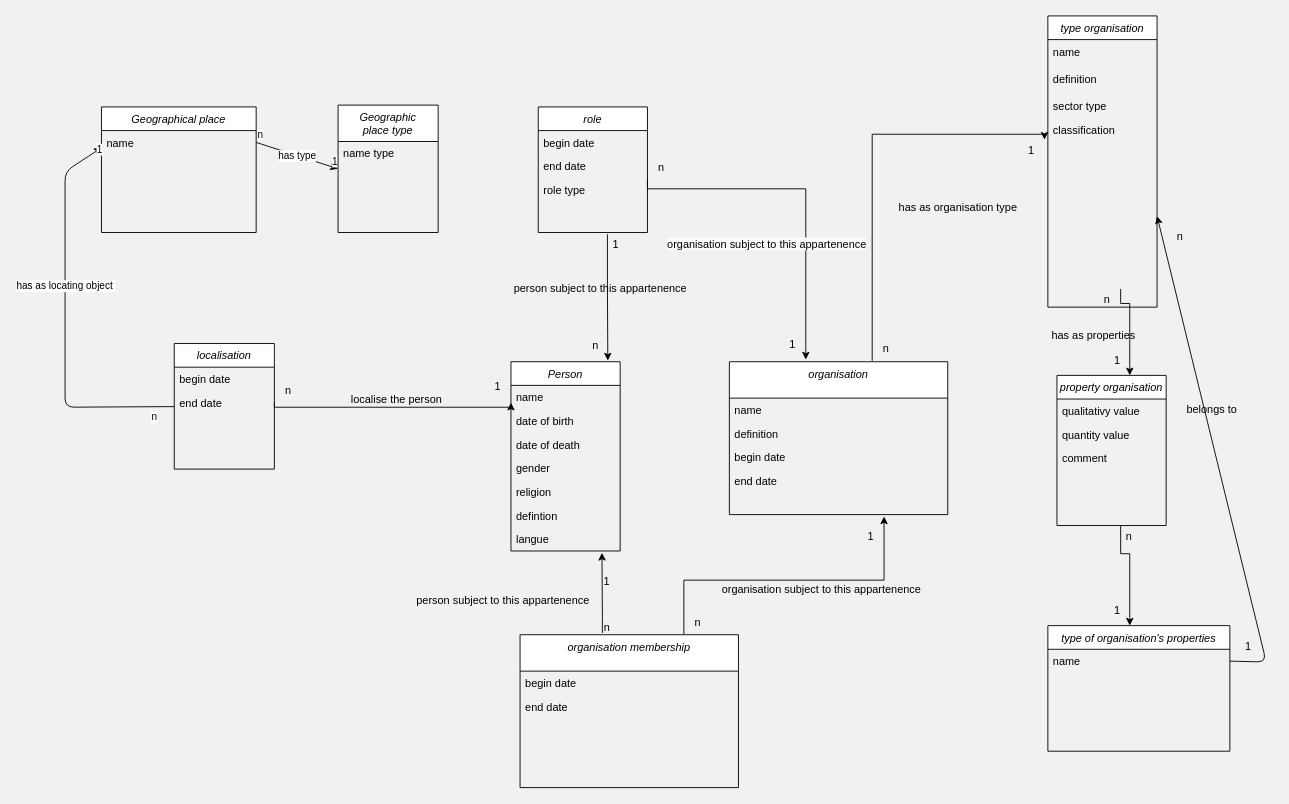
Chiodo53/consiglieri_federali keeps this draw.io diagram as modello_concettuale.drawio. Above is the earlier version. Source tidied: cells renumbered, new cells numbered last; positions are measured from the earlier drawing's top-left corner, leaving out a move shared by most shapes. Both pictures are drawn from the tidied source at 91%, with x=0, y=0 at pixel (65, 15).
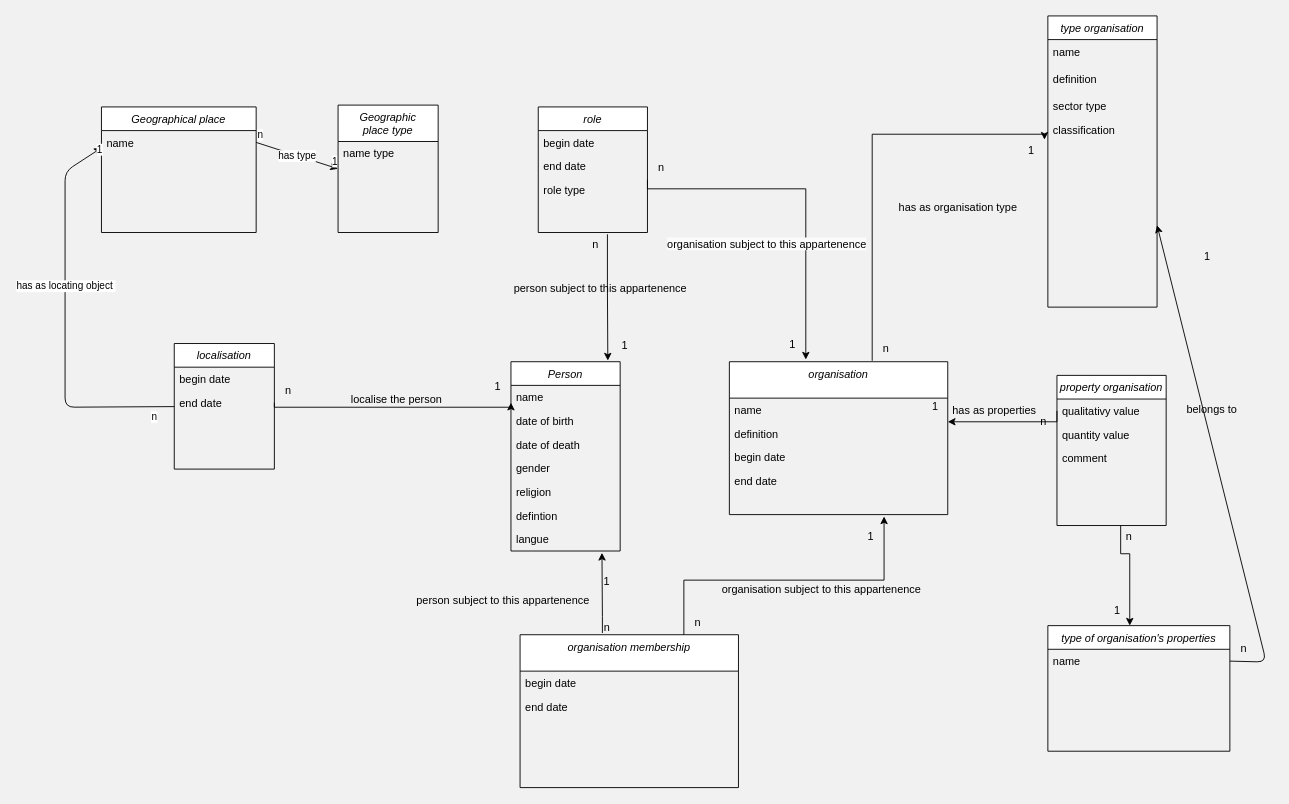
Above is the later version.

Unchanged cells that the change refers to:
```xml
<mxCell id="24" style="endArrow=classic;shadow=0;strokeWidth=1;rounded=0;endFill=1;edgeStyle=elbowEdgeStyle;elbow=vertical;entryX=0.887;entryY=-0.006;entryDx=0;entryDy=0;entryPerimeter=0;" parent="1" edge="1" target="6">
  <mxGeometry x="0.5" y="41" relative="1" as="geometry">
    <mxPoint x="596" y="240" as="sourcePoint" />
    <Array as="points">
      <mxPoint x="630" y="300" />
      <mxPoint x="580" y="300" />
    </Array>
    <mxPoint x="-40" y="32" as="offset" />
  </mxGeometry>
</mxCell>
<mxCell id="58" value="qualitativy value" style="text;align=left;verticalAlign=top;spacingLeft=4;spacingRight=4;overflow=hidden;points=[[0,0.5],[1,0.5]];portConstraint=eastwest;" parent="57" vertex="1">
  <mxGeometry y="26" width="120" height="26" as="geometry" />
</mxCell>
<mxCell id="61" value="type of organisation's properties" style="swimlane;fontStyle=2;align=center;verticalAlign=top;horizontal=1;startSize=26;rounded=0;shadow=0;strokeWidth=1;" parent="1" vertex="1">
  <mxGeometry x="1080" y="670" width="200" height="138" as="geometry" />
</mxCell>
```

What changed in the source:
```diff
@@
     <mxCell id="25" value="1" style="align=left;verticalAlign=bottom;labelBackgroundColor=none;fontSize=12;" parent="24" vertex="1">
       <mxGeometry x="-1" relative="1" as="geometry">
-        <mxPoint x="4" y="20" as="offset" />
+        <mxPoint x="14" y="130" as="offset" />
       </mxGeometry>
     </mxCell>
     <mxCell id="26" value="n" style="align=right;verticalAlign=bottom;labelBackgroundColor=none;fontSize=12;" parent="24" vertex="1">
       <mxGeometry x="1" relative="1" as="geometry">
-        <mxPoint x="-9" y="-8" as="offset" />
+        <mxPoint x="-9" y="-119" as="offset" />
       </mxGeometry>
     </mxCell>
@@
     <mxCell id="62" style="edgeStyle=none;html=1;exitX=1;exitY=0.5;exitDx=0;exitDy=0;" parent="61" edge="1">
       <mxGeometry relative="1" as="geometry">
         <mxPoint x="200" y="39" as="sourcePoint" />
-        <mxPoint x="120" y="-450" as="targetPoint" />
+        <mxPoint x="120" y="-440" as="targetPoint" />
         <Array as="points">
           <mxPoint x="240" y="40" />
         </Array>
       </mxGeometry>
     </mxCell>
@@
-    <mxCell id="72" style="endArrow=classic;shadow=0;strokeWidth=1;rounded=0;endFill=1;edgeStyle=elbowEdgeStyle;elbow=vertical;entryX=0.887;entryY=-0.006;entryDx=0;entryDy=0;entryPerimeter=0;" parent="1" edge="1">
+    <mxCell id="72" style="endArrow=classic;shadow=0;strokeWidth=1;rounded=0;endFill=1;edgeStyle=elbowEdgeStyle;elbow=vertical;exitX=0;exitY=0.5;exitDx=0;exitDy=0;" parent="1" edge="1" source="58">
       <mxGeometry x="0.5" y="41" relative="1" as="geometry">
-        <mxPoint x="1160" y="300" as="sourcePoint" />
-        <mxPoint x="1170" y="395" as="targetPoint" />
+        <mxPoint x="970" y="446" as="targetPoint" />
         <Array as="points">
-          <mxPoint x="1204" y="316" />
-          <mxPoint x="1154" y="316" />
+          <mxPoint x="1054" y="446" />
+          <mxPoint x="1004" y="446" />
         </Array>
         <mxPoint x="-40" y="32" as="offset" />
       </mxGeometry>
     </mxCell>
@@
     <mxCell id="79" value="has as properties" style="text;html=1;align=center;verticalAlign=middle;labelBackgroundColor=none;rounded=0;shadow=0;strokeWidth=1;fontSize=12;" parent="1" vertex="1">
-      <mxGeometry x="1129.8" y="350" as="geometry" />
+      <mxGeometry x="1020" y="433" as="geometry" />
     </mxCell>
     <mxCell id="80" value="1" style="text;html=1;align=center;verticalAlign=middle;strokeColor=none;fillColor=none;" parent="1" vertex="1">
-      <mxGeometry x="1285" y="678" width="30" height="30" as="geometry" />
+      <mxGeometry x="1240" y="250" width="30" height="30" as="geometry" />
     </mxCell>
     <mxCell id="81" value="n" style="text;html=1;align=center;verticalAlign=middle;strokeColor=none;fillColor=none;" parent="1" vertex="1">
-      <mxGeometry x="1210" y="228" width="30" height="30" as="geometry" />
+      <mxGeometry x="1280" y="680" width="30" height="30" as="geometry" />
     </mxCell>
```
